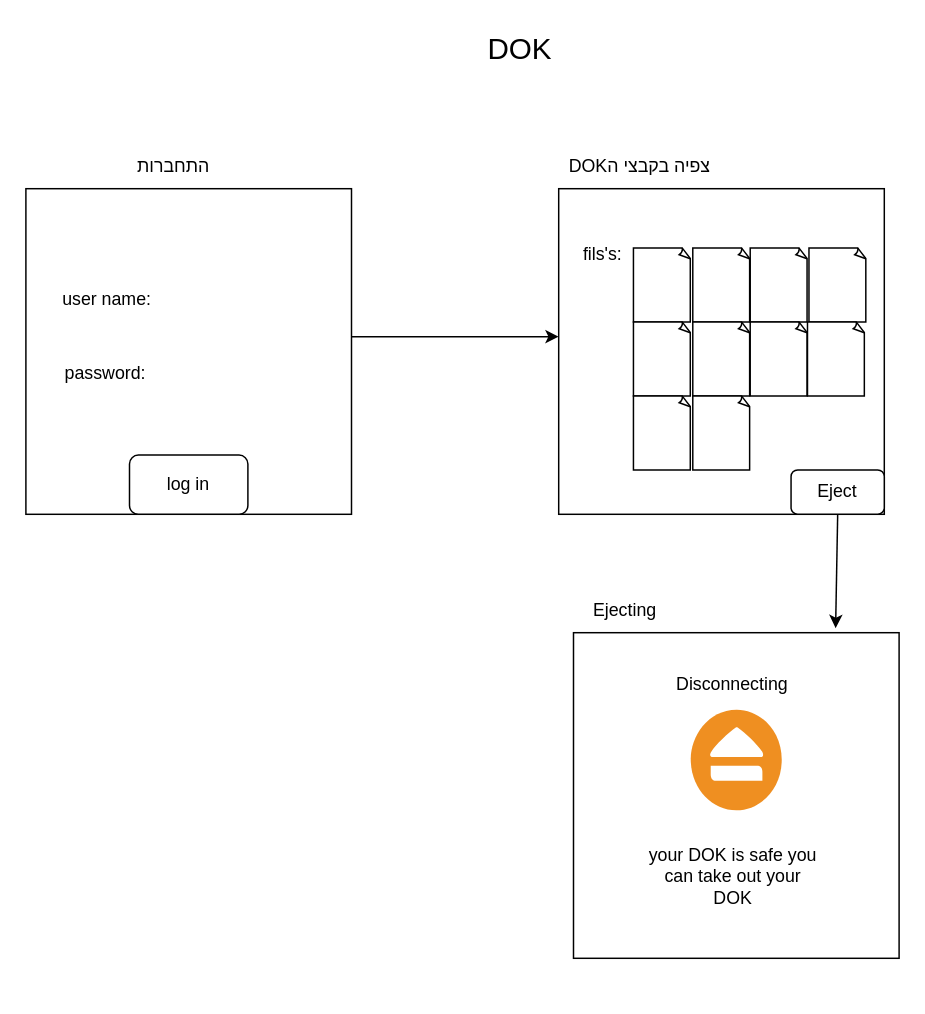
The draw.io diagram draws/מסכי פרוייקט/DOK.drawio in Eyalen22/Project, before the edit. Source tidied: cells renumbered, new cells numbered last; positions are measured from the earlier drawing's top-left corner, leaving out a move shared by most shapes. Both pictures are drawn from the tidied source at 148%, with x=0, y=0 at pixel (25, 25).
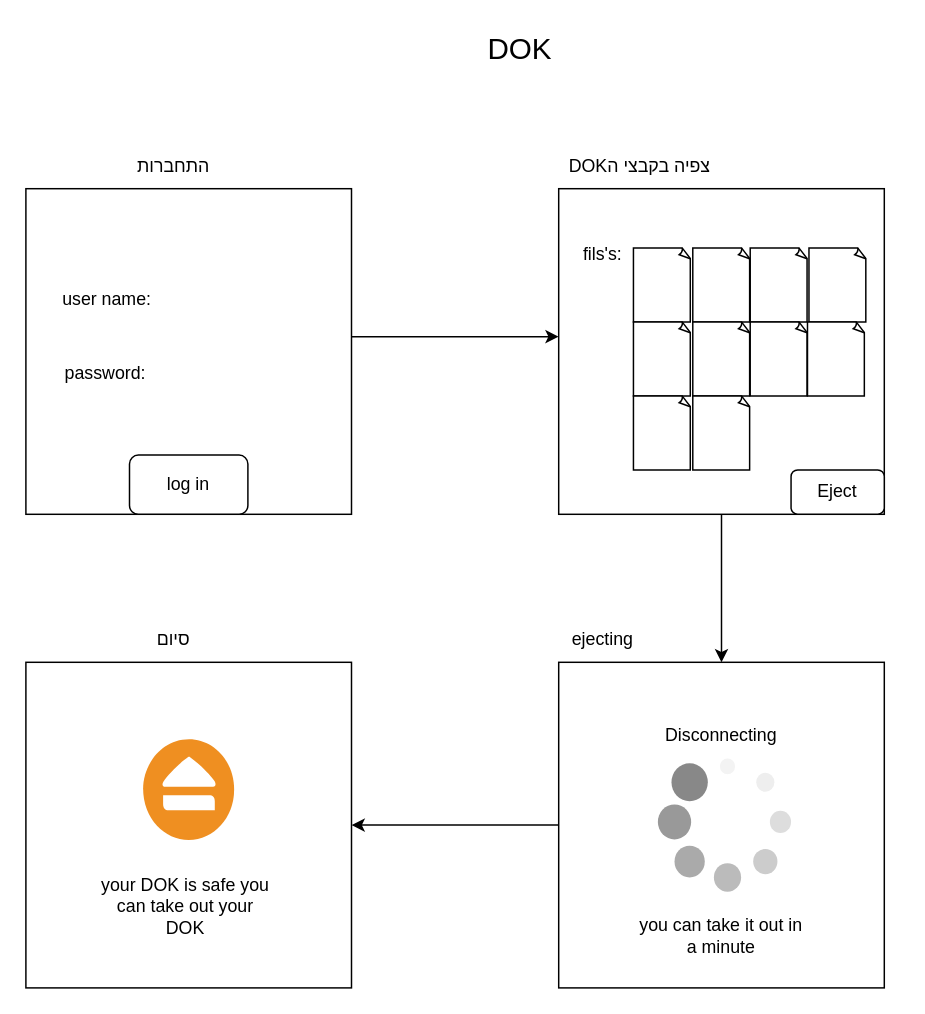
The same diagram, later.

The change refers to these unchanged cells:
```xml
<mxCell id="9" style="whiteSpace=wrap;html=1;" parent="1" vertex="1">
  <mxGeometry x="360" y="110" width="220" height="220" as="geometry" />
</mxCell>
<mxCell id="11" value="Eject" style="rounded=1;whiteSpace=wrap;html=1;" parent="1" vertex="1">
  <mxGeometry x="517" y="300" width="63" height="30" as="geometry" />
</mxCell>
```

Diff of the diagram source:
```diff
@@
-    <mxCell id="12" style="endArrow=classic;html=1;rounded=0;exitX=0.5;exitY=1;exitDx=0;exitDy=0;entryX=0.805;entryY=-0.014;entryDx=0;entryDy=0;entryPerimeter=0;" parent="1" edge="1" source="11" target="13">
-      <mxGeometry relative="1" as="geometry" />
-    </mxCell>
     <mxCell id="13" style="whiteSpace=wrap;html=1;" parent="1" vertex="1">
-      <mxGeometry x="370" y="410" width="220" height="220" as="geometry" />
+      <mxGeometry y="430" width="220" height="220" as="geometry" />
     </mxCell>
-    <mxCell id="14" value="Disconnecting" style="text;html=1;whiteSpace=wrap;strokeColor=none;fillColor=none;align=center;verticalAlign=middle;rounded=0;" parent="1" vertex="1">
-      <mxGeometry x="435" y="430" width="85" height="30" as="geometry" />
-    </mxCell>
     <mxCell id="15" style="shadow=0;dashed=0;html=1;strokeColor=none;fillColor=#EF8F21;labelPosition=center;verticalLabelPosition=bottom;verticalAlign=top;align=center;shape=mxgraph.veeam.eject;" parent="1" vertex="1">
-      <mxGeometry x="449.2" y="462" width="61.5" height="68" as="geometry" />
+      <mxGeometry x="79.2" y="482" width="61.5" height="68" as="geometry" />
     </mxCell>
     <mxCell id="16" value="your DOK is safe you can take out your DOK" style="text;html=1;whiteSpace=wrap;strokeColor=none;fillColor=none;align=center;verticalAlign=middle;rounded=0;" parent="1" vertex="1">
-      <mxGeometry x="418.8" y="560" width="117.5" height="30" as="geometry" />
+      <mxGeometry x="48.8" y="580" width="117.5" height="30" as="geometry" />
     </mxCell>
-    <mxCell id="17" value="Ejecting" style="text;html=1;whiteSpace=wrap;strokeColor=none;fillColor=none;align=center;verticalAlign=middle;rounded=0;" parent="1" vertex="1">
-      <mxGeometry x="375" y="380" width="60" height="30" as="geometry" />
+    <mxCell id="17" value="סיום" style="text;html=1;whiteSpace=wrap;strokeColor=none;fillColor=none;align=center;verticalAlign=middle;rounded=0;" parent="1" vertex="1">
+      <mxGeometry x="70" y="400" width="60" height="30" as="geometry" />
     </mxCell>
@@
+    <mxCell id="29" style="whiteSpace=wrap;html=1;" parent="1" vertex="1">
+      <mxGeometry x="360" y="430" width="220" height="220" as="geometry" />
+    </mxCell>
+    <mxCell id="30" style="verticalLabelPosition=bottom;shadow=0;dashed=0;align=center;html=1;verticalAlign=top;strokeWidth=1;shape=mxgraph.mockup.misc.loading_circle_1;" parent="1" vertex="1">
+      <mxGeometry x="427" y="495" width="90" height="90" as="geometry" />
+    </mxCell>
+    <mxCell id="14" value="Disconnecting" style="text;html=1;whiteSpace=wrap;strokeColor=none;fillColor=none;align=center;verticalAlign=middle;rounded=0;" parent="1" vertex="1">
+      <mxGeometry x="430" y="465" width="80" height="30" as="geometry" />
+    </mxCell>
+    <mxCell id="31" value="you can take it out in a minute" style="text;html=1;whiteSpace=wrap;strokeColor=none;fillColor=none;align=center;verticalAlign=middle;rounded=0;" parent="1" vertex="1">
+      <mxGeometry x="410" y="600" width="120" height="30" as="geometry" />
+    </mxCell>
+    <mxCell id="32" style="endArrow=classic;html=1;rounded=0;exitX=0.5;exitY=1;exitDx=0;exitDy=0;entryX=0.5;entryY=0;entryDx=0;entryDy=0;" parent="1" edge="1" source="9" target="29">
+      <mxGeometry relative="1" as="geometry" />
+    </mxCell>
+    <mxCell id="33" style="endArrow=classic;html=1;rounded=0;entryX=1;entryY=0.5;entryDx=0;entryDy=0;exitX=0;exitY=0.5;exitDx=0;exitDy=0;" parent="1" edge="1" source="29" target="13">
+      <mxGeometry relative="1" as="geometry" />
+    </mxCell>
+    <mxCell id="34" value="ejecting" style="text;html=1;whiteSpace=wrap;strokeColor=none;fillColor=none;align=center;verticalAlign=middle;rounded=0;" parent="1" vertex="1">
+      <mxGeometry x="360" y="400" width="60" height="30" as="geometry" />
+    </mxCell>
```
